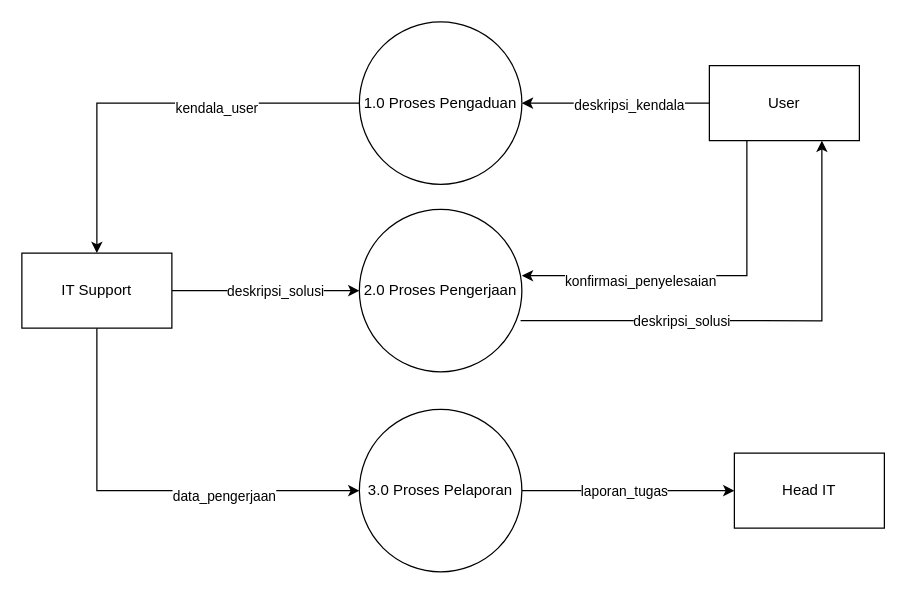
Before: skripsi-SE-dfdnol.drawio in raflialkindhi/graph-save, a draw.io diagram. Source tidied: cells renumbered, new cells numbered last; positions are measured from the earlier drawing's top-left corner, leaving out a move shared by most shapes. Both pictures are drawn from the tidied source at 125%, with x=0, y=0 at pixel (21, 21).
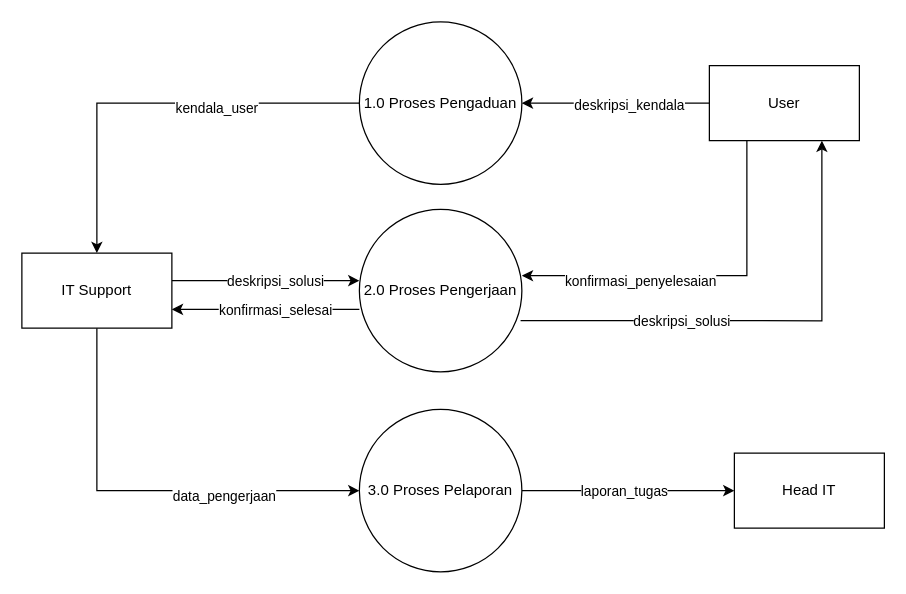
The same diagram, later.

The change refers to these unchanged cells:
```xml
<mxCell id="9" value="IT Support" style="rounded=0;whiteSpace=wrap;html=1;" parent="1" vertex="1">
  <mxGeometry y="185" width="120" height="60" as="geometry" />
</mxCell>
<mxCell id="12" value="2.0 Proses Pengerjaan" style="ellipse;whiteSpace=wrap;html=1;" parent="1" vertex="1">
  <mxGeometry x="270" y="150" width="130" height="130" as="geometry" />
</mxCell>
```

The edit, as a diff of the source:
```diff
@@
-    <mxCell id="5" style="edgeStyle=orthogonalEdgeStyle;rounded=0;jettySize=auto;html=1;exitX=1;exitY=0.5;exitDx=0;exitDy=0;entryX=0;entryY=0.5;entryDx=0;entryDy=0;" parent="1" edge="1" source="9" target="12">
-      <mxGeometry relative="1" as="geometry" />
+    <mxCell id="5" style="edgeStyle=orthogonalEdgeStyle;rounded=0;orthogonalLoop=1;jettySize=auto;html=1;exitX=1;exitY=0.5;exitDx=0;exitDy=0;entryX=0;entryY=0.5;entryDx=0;entryDy=0;" parent="1" edge="1">
+      <mxGeometry relative="1" as="geometry">
+        <mxPoint x="120" y="207" as="sourcePoint" />
+        <mxPoint x="270" y="207" as="targetPoint" />
+      </mxGeometry>
     </mxCell>
@@
+    <mxCell id="23" style="edgeStyle=orthogonalEdgeStyle;rounded=0;orthogonalLoop=1;jettySize=auto;html=1;exitX=1;exitY=0.5;exitDx=0;exitDy=0;entryX=0;entryY=0.5;entryDx=0;entryDy=0;startArrow=classic;startFill=1;endArrow=none;endFill=0;" parent="1" edge="1">
+      <mxGeometry relative="1" as="geometry">
+        <mxPoint x="120" y="230" as="sourcePoint" />
+        <mxPoint x="270" y="230" as="targetPoint" />
+      </mxGeometry>
+    </mxCell>
+    <mxCell id="24" value="konfirmasi_selesai" style="edgeLabel;html=1;align=center;verticalAlign=middle;" parent="23" vertex="1">
+      <mxGeometry x="0.09" relative="1" as="geometry" />
+    </mxCell>
```
